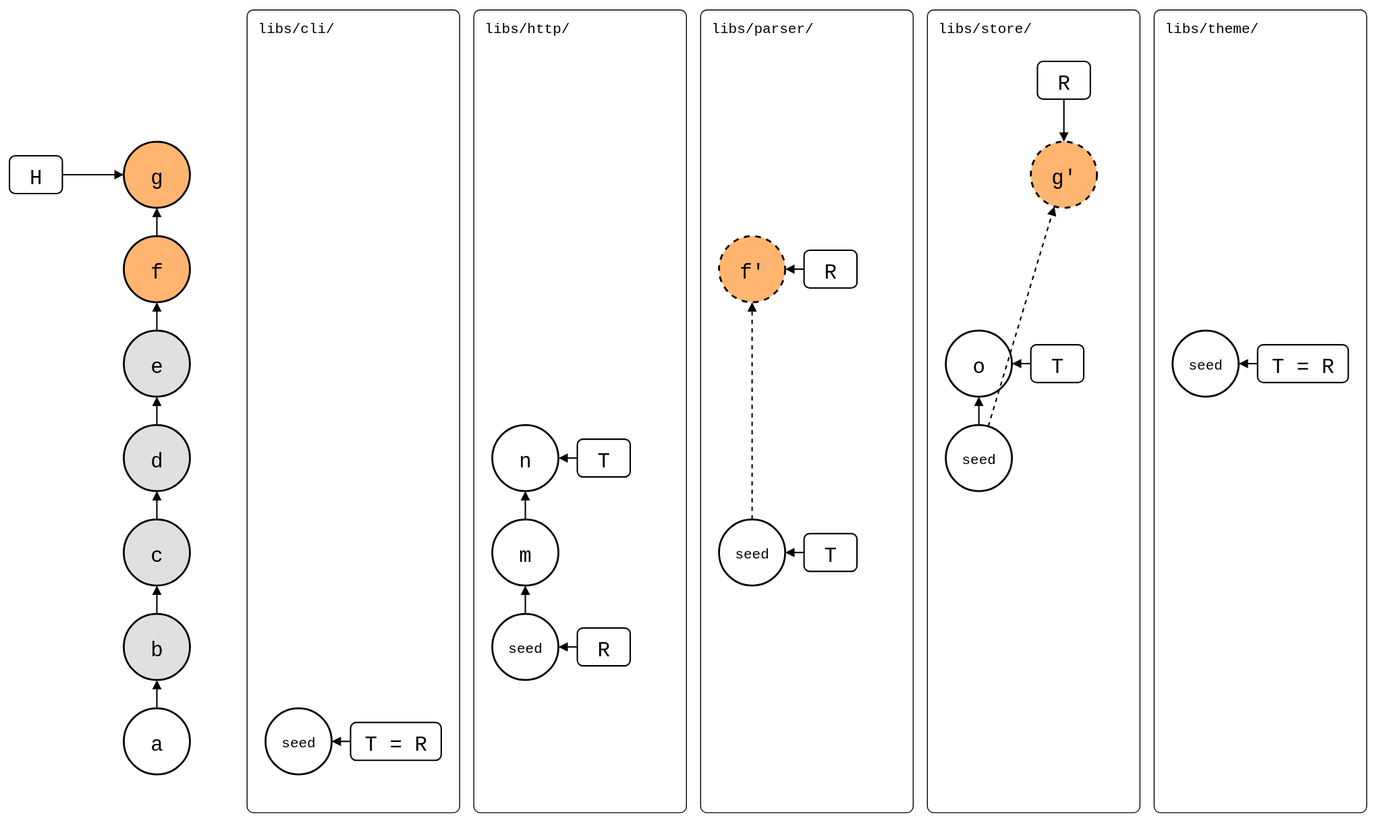
The draw.io diagram test/scenarios/01-everyday-sync/03-many-splices/many-splices.drawio.svg in roschaefer/git-splice, before a commit. Source tidied: cells renumbered, new cells last; positions are measured from the earlier drawing's top-left corner, leaving out a move shared by most shapes.
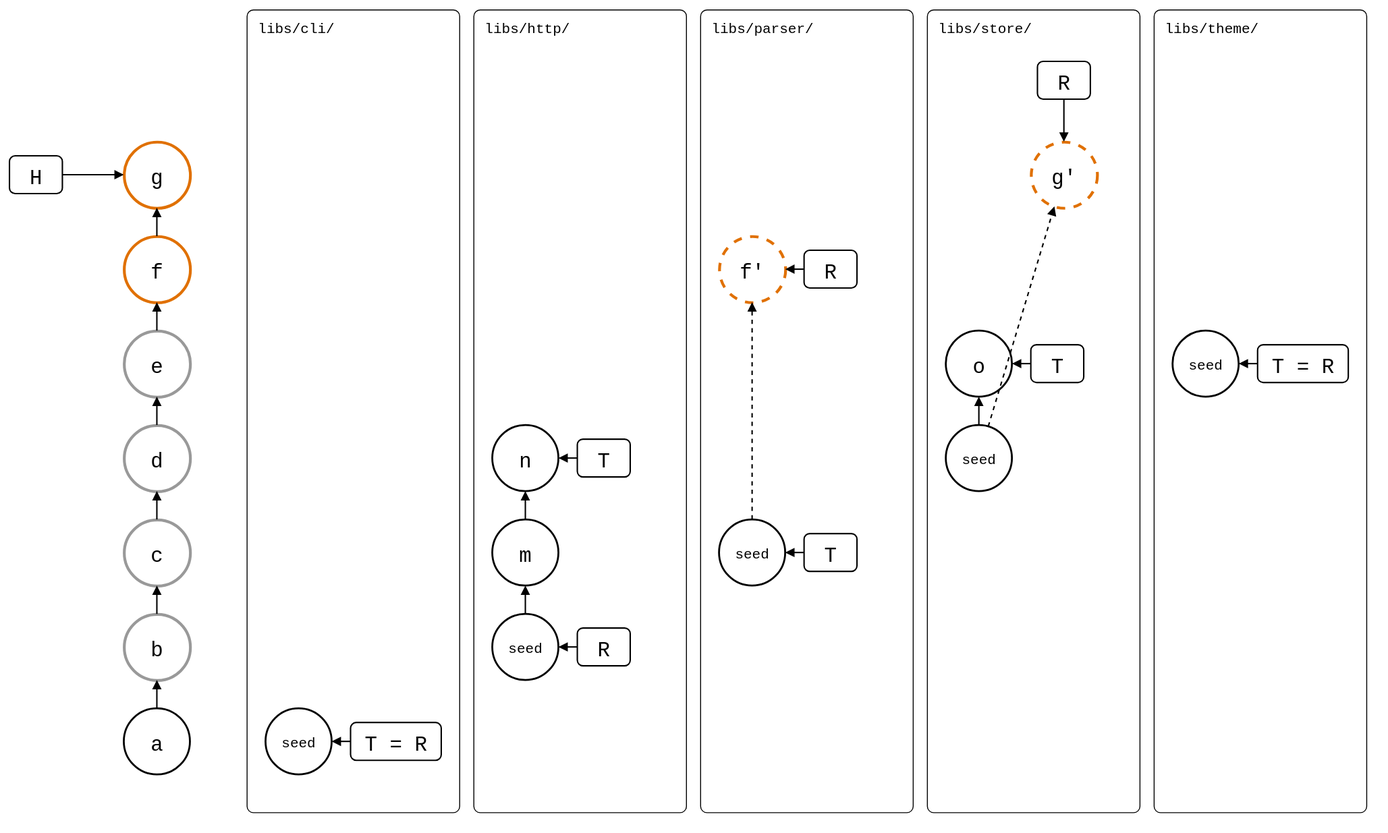
After the commit.

The edit, as a diff of the source:
```diff
@@ -20,22 +20,22 @@
     <mxCell id="7" value="a" style="ellipse;strokeWidth=2;fontSize=22;fontFamily=Roboto Mono,monospace;" parent="1" vertex="1">
       <mxGeometry x="121" y="740" width="70" height="70" as="geometry" />
     </mxCell>
-    <mxCell id="8" value="b" style="ellipse;strokeWidth=2;fontSize=22;fontFamily=Roboto Mono,monospace;fillColor=#E0E0E0;" parent="1" vertex="1">
+    <mxCell id="8" value="b" style="ellipse;fontSize=22;fontFamily=Roboto Mono,monospace;strokeColor=#999999;strokeWidth=3;" parent="1" vertex="1">
       <mxGeometry x="121" y="640" width="70" height="70" as="geometry" />
     </mxCell>
-    <mxCell id="9" value="c" style="ellipse;strokeWidth=2;fontSize=22;fontFamily=Roboto Mono,monospace;fillColor=#E0E0E0;" parent="1" vertex="1">
+    <mxCell id="9" value="c" style="ellipse;fontSize=22;fontFamily=Roboto Mono,monospace;strokeColor=#999999;strokeWidth=3;" parent="1" vertex="1">
       <mxGeometry x="121" y="540" width="70" height="70" as="geometry" />
     </mxCell>
-    <mxCell id="10" value="d" style="ellipse;strokeWidth=2;fontSize=22;fontFamily=Roboto Mono,monospace;fillColor=#E0E0E0;" parent="1" vertex="1">
+    <mxCell id="10" value="d" style="ellipse;fontSize=22;fontFamily=Roboto Mono,monospace;strokeColor=#999999;strokeWidth=3;" parent="1" vertex="1">
       <mxGeometry x="121" y="440" width="70" height="70" as="geometry" />
     </mxCell>
-    <mxCell id="11" value="e" style="ellipse;strokeWidth=2;fontSize=22;fontFamily=Roboto Mono,monospace;fillColor=#E0E0E0;" parent="1" vertex="1">
+    <mxCell id="11" value="e" style="ellipse;fontSize=22;fontFamily=Roboto Mono,monospace;strokeColor=#999999;strokeWidth=3;" parent="1" vertex="1">
       <mxGeometry x="121" y="340" width="70" height="70" as="geometry" />
     </mxCell>
-    <mxCell id="12" value="f" style="ellipse;strokeWidth=2;fontSize=22;fontFamily=Roboto Mono,monospace;fillColor=#FFB570;" parent="1" vertex="1">
+    <mxCell id="12" value="f" style="ellipse;fontSize=22;fontFamily=Roboto Mono,monospace;strokeColor=#E07000;strokeWidth=3;" parent="1" vertex="1">
       <mxGeometry x="121" y="240" width="70" height="70" as="geometry" />
     </mxCell>
-    <mxCell id="13" value="g" style="ellipse;strokeWidth=2;fontSize=22;fontFamily=Roboto Mono,monospace;fillColor=#FFB570;" parent="1" vertex="1">
+    <mxCell id="13" value="g" style="ellipse;fontSize=22;fontFamily=Roboto Mono,monospace;strokeColor=#E07000;strokeWidth=3;" parent="1" vertex="1">
       <mxGeometry x="121" y="140" width="70" height="70" as="geometry" />
     </mxCell>
     <mxCell id="14" value="H" style="rounded=1;strokeWidth=1.5;fontSize=22;fontFamily=Roboto Mono,monospace;" parent="1" vertex="1">
@@ -65,7 +65,7 @@
     <mxCell id="22" value="seed" style="ellipse;strokeWidth=2;fontSize=15;fontFamily=Roboto Mono,monospace;" parent="1" vertex="1">
       <mxGeometry x="751" y="540" width="70" height="70" as="geometry" />
     </mxCell>
-    <mxCell id="23" value="f'" style="ellipse;strokeWidth=2;fontSize=22;fontFamily=Roboto Mono,monospace;dashed=1;fillColor=#FFB570;" parent="1" vertex="1">
+    <mxCell id="23" value="f'" style="ellipse;fontSize=22;fontFamily=Roboto Mono,monospace;dashed=1;strokeColor=#E07000;strokeWidth=3;" parent="1" vertex="1">
       <mxGeometry x="751" y="240" width="70" height="70" as="geometry" />
     </mxCell>
     <mxCell id="24" value="T" style="rounded=1;strokeWidth=1.5;fontSize=22;fontFamily=Roboto Mono,monospace;" parent="1" vertex="1">
@@ -80,7 +80,7 @@
     <mxCell id="27" value="o" style="ellipse;strokeWidth=2;fontSize=22;fontFamily=Roboto Mono,monospace;" parent="1" vertex="1">
       <mxGeometry x="991" y="340" width="70" height="70" as="geometry" />
     </mxCell>
-    <mxCell id="28" value="g'" style="ellipse;strokeWidth=2;fontSize=22;fontFamily=Roboto Mono,monospace;dashed=1;fillColor=#FFB570;" parent="1" vertex="1">
+    <mxCell id="28" value="g'" style="ellipse;fontSize=22;fontFamily=Roboto Mono,monospace;dashed=1;strokeColor=#E07000;strokeWidth=3;" parent="1" vertex="1">
       <mxGeometry x="1081" y="140" width="70" height="70" as="geometry" />
     </mxCell>
     <mxCell id="29" value="T" style="rounded=1;strokeWidth=1.5;fontSize=22;fontFamily=Roboto Mono,monospace;" parent="1" vertex="1">
```
